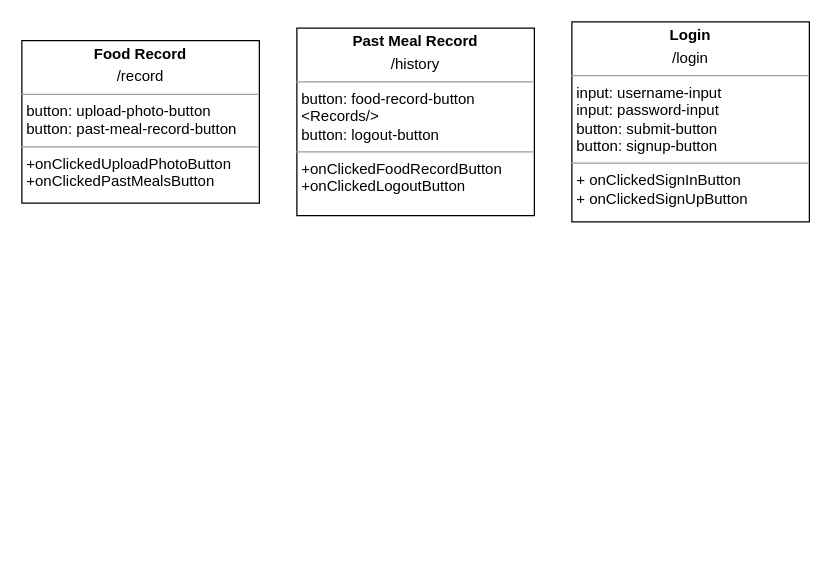
swsnu/swpp2021-team5 keeps this draw.io diagram as diagrams/Untitled Diagram.drawio. Above is the earlier version. Source tidied: cells renumbered, new cells numbered last; positions are measured from the earlier drawing's top-left corner, leaving out a move shared by most shapes. Both pictures are drawn from the tidied source at 125%, with x=0, y=0 at pixel (21, 21).
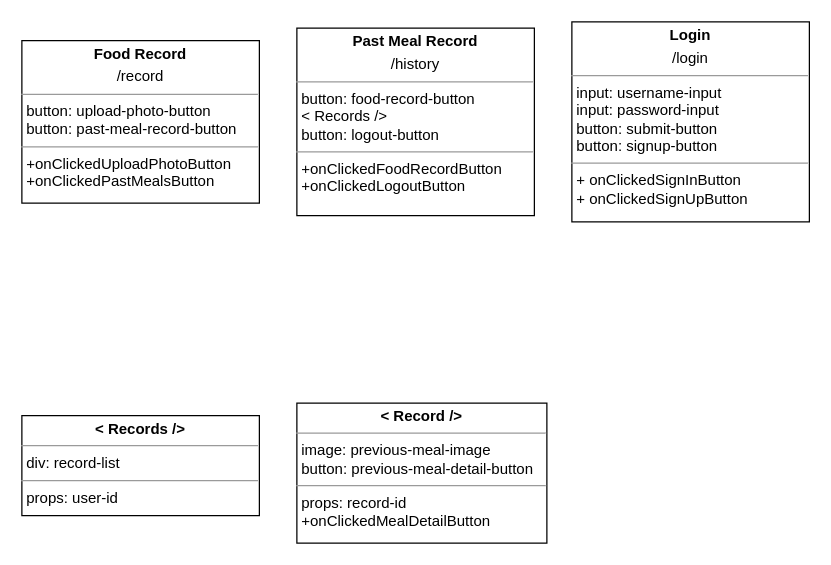
The same diagram, later.

Change to the diagram source:
```diff
@@
 <mxGraphModel>
   <root>
     <mxCell id="0" />
     <mxCell id="1" parent="0" />
     <mxCell id="2" value="&lt;p style=&quot;margin: 0px ; margin-top: 4px ; text-align: center&quot;&gt;&lt;b&gt;Food Record&lt;/b&gt;&lt;/p&gt;&lt;p style=&quot;margin: 0px ; margin-top: 4px ; text-align: center&quot;&gt;/record&lt;/p&gt;&lt;hr size=&quot;1&quot;&gt;&lt;p style=&quot;margin: 0px ; margin-left: 4px&quot;&gt;&lt;span&gt;button: upload-photo-button&lt;/span&gt;&lt;br&gt;&lt;/p&gt;&lt;p style=&quot;margin: 0px 0px 0px 4px&quot;&gt;button: past-meal-record-button&lt;/p&gt;&lt;hr size=&quot;1&quot;&gt;&lt;p style=&quot;margin: 0px ; margin-left: 4px&quot;&gt;+onClickedUploadPhotoButton&lt;/p&gt;&lt;p style=&quot;margin: 0px ; margin-left: 4px&quot;&gt;+onClickedPastMealsButton&lt;/p&gt;" style="verticalAlign=top;align=left;overflow=fill;fontSize=12;fontFamily=Helvetica;html=1;rounded=0;shadow=0;comic=0;labelBackgroundColor=none;strokeWidth=1;" parent="1" vertex="1">
       <mxGeometry y="15" width="190" height="130" as="geometry" />
     </mxCell>
-    <mxCell id="3" value="&lt;p style=&quot;margin: 0px ; margin-top: 4px ; text-align: center&quot;&gt;&lt;b&gt;Past Meal Record&lt;/b&gt;&lt;/p&gt;&lt;p style=&quot;margin: 0px ; margin-top: 4px ; text-align: center&quot;&gt;/history&lt;/p&gt;&lt;hr size=&quot;1&quot;&gt;&lt;p style=&quot;margin: 0px 0px 0px 4px&quot;&gt;button: food-record-button&lt;/p&gt;&lt;p style=&quot;margin: 0px 0px 0px 4px&quot;&gt;&amp;lt;Records/&amp;gt;&lt;/p&gt;&lt;p style=&quot;margin: 0px 0px 0px 4px&quot;&gt;button: logout-button&lt;/p&gt;&lt;hr size=&quot;1&quot;&gt;&lt;p style=&quot;margin: 0px ; margin-left: 4px&quot;&gt;+onClickedFoodRecordButton&lt;/p&gt;&lt;p style=&quot;margin: 0px ; margin-left: 4px&quot;&gt;+onClickedLogoutButton&lt;/p&gt;" style="verticalAlign=top;align=left;overflow=fill;fontSize=12;fontFamily=Helvetica;html=1;rounded=0;shadow=0;comic=0;labelBackgroundColor=none;strokeWidth=1;" parent="1" vertex="1">
+    <mxCell id="3" value="&lt;p style=&quot;margin: 0px ; margin-top: 4px ; text-align: center&quot;&gt;&lt;b&gt;Past Meal Record&lt;/b&gt;&lt;/p&gt;&lt;p style=&quot;margin: 0px ; margin-top: 4px ; text-align: center&quot;&gt;/history&lt;/p&gt;&lt;hr size=&quot;1&quot;&gt;&lt;p style=&quot;margin: 0px 0px 0px 4px&quot;&gt;button: food-record-button&lt;/p&gt;&lt;p style=&quot;margin: 0px 0px 0px 4px&quot;&gt;&amp;lt; Records /&amp;gt;&lt;/p&gt;&lt;p style=&quot;margin: 0px 0px 0px 4px&quot;&gt;button: logout-button&lt;/p&gt;&lt;hr size=&quot;1&quot;&gt;&lt;p style=&quot;margin: 0px ; margin-left: 4px&quot;&gt;+onClickedFoodRecordButton&lt;/p&gt;&lt;p style=&quot;margin: 0px ; margin-left: 4px&quot;&gt;+onClickedLogoutButton&lt;/p&gt;" style="verticalAlign=top;align=left;overflow=fill;fontSize=12;fontFamily=Helvetica;html=1;rounded=0;shadow=0;comic=0;labelBackgroundColor=none;strokeWidth=1;" parent="1" vertex="1">
       <mxGeometry x="220" y="5" width="190" height="150" as="geometry" />
     </mxCell>
     <mxCell id="4" value="&lt;p style=&quot;margin: 0px ; margin-top: 4px ; text-align: center&quot;&gt;&lt;b&gt;Login&lt;/b&gt;&lt;/p&gt;&lt;p style=&quot;margin: 0px ; margin-top: 4px ; text-align: center&quot;&gt;/login&lt;/p&gt;&lt;hr size=&quot;1&quot;&gt;&lt;p style=&quot;margin: 0px ; margin-left: 4px&quot;&gt;input: username-input&lt;/p&gt;&lt;p style=&quot;margin: 0px ; margin-left: 4px&quot;&gt;input: password-input&lt;/p&gt;&lt;p style=&quot;margin: 0px ; margin-left: 4px&quot;&gt;button: submit-button&lt;/p&gt;&lt;p style=&quot;margin: 0px ; margin-left: 4px&quot;&gt;button: signup-button&lt;/p&gt;&lt;hr size=&quot;1&quot;&gt;&lt;p style=&quot;margin: 0px ; margin-left: 4px&quot;&gt;+ onClickedSignInButton&lt;/p&gt;&lt;p style=&quot;margin: 0px ; margin-left: 4px&quot;&gt;+ onClickedSignUpButton&lt;/p&gt;" style="verticalAlign=top;align=left;overflow=fill;fontSize=12;fontFamily=Helvetica;html=1;rounded=0;shadow=0;comic=0;labelBackgroundColor=none;strokeWidth=1;" parent="1" vertex="1">
       <mxGeometry x="440" width="190" height="160" as="geometry" />
     </mxCell>
+    <mxCell id="5" value="&lt;p style=&quot;margin: 0px ; margin-top: 4px ; text-align: center&quot;&gt;&lt;b&gt;&amp;lt; Records /&amp;gt;&lt;/b&gt;&lt;/p&gt;&lt;hr size=&quot;1&quot;&gt;&lt;p style=&quot;margin: 0px ; margin-left: 4px&quot;&gt;div: record-list&lt;/p&gt;&lt;hr size=&quot;1&quot;&gt;&lt;p style=&quot;margin: 0px ; margin-left: 4px&quot;&gt;props: user-id&lt;/p&gt;" style="verticalAlign=top;align=left;overflow=fill;fontSize=12;fontFamily=Helvetica;html=1;rounded=0;shadow=0;comic=0;labelBackgroundColor=none;strokeWidth=1;" parent="1" vertex="1">
+      <mxGeometry y="315" width="190" height="80" as="geometry" />
+    </mxCell>
+    <mxCell id="6" value="&lt;p style=&quot;margin: 0px ; margin-top: 4px ; text-align: center&quot;&gt;&lt;b&gt;&amp;lt; Record /&amp;gt;&lt;/b&gt;&lt;/p&gt;&lt;hr size=&quot;1&quot;&gt;&lt;p style=&quot;margin: 0px ; margin-left: 4px&quot;&gt;image: previous-meal-image&lt;/p&gt;&lt;p style=&quot;margin: 0px 0px 0px 4px&quot;&gt;button: previous-meal-detail-button&lt;/p&gt;&lt;hr size=&quot;1&quot;&gt;&lt;p style=&quot;margin: 0px ; margin-left: 4px&quot;&gt;props: record-id&lt;/p&gt;&lt;p style=&quot;margin: 0px ; margin-left: 4px&quot;&gt;+onClickedMealDetailButton&lt;/p&gt;" style="verticalAlign=top;align=left;overflow=fill;fontSize=12;fontFamily=Helvetica;html=1;rounded=0;shadow=0;comic=0;labelBackgroundColor=none;strokeWidth=1;" parent="1" vertex="1">
+      <mxGeometry x="220" y="305" width="200" height="112" as="geometry" />
+    </mxCell>
   </root>
 </mxGraphModel>
```
